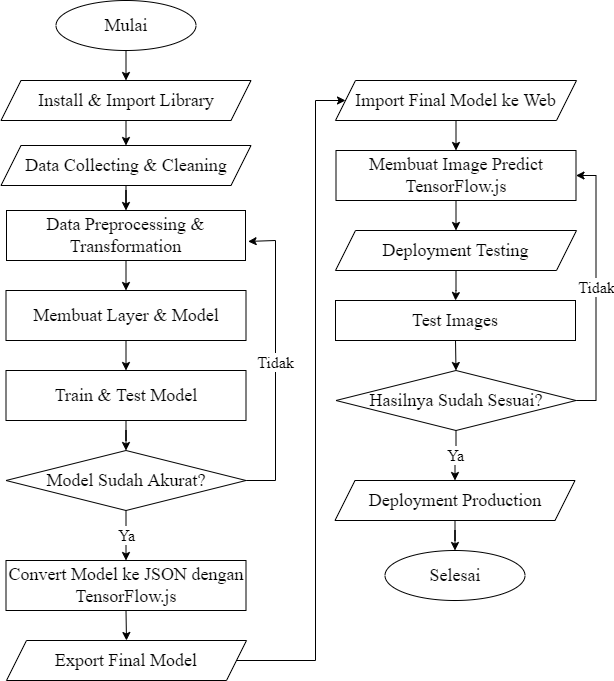
virgiawankusuma/drawio-archive-skripsi keeps this draw.io diagram as CNN flowchart revisi 3 Diagram.drawio.png. Above is the earlier version. Source tidied: cells renumbered, new cells last; positions are measured from the earlier drawing's top-left corner, leaving out a move shared by most shapes.
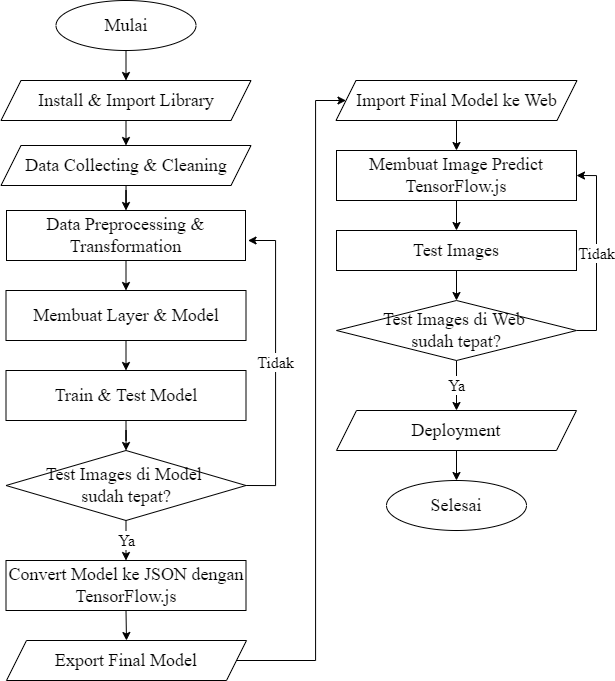
Later version of the same file.

The edit, as a diff of the source:
```diff
@@ -9,7 +9,7 @@
       <mxGeometry x="54.5" width="140" height="50" as="geometry" />
     </mxCell>
     <mxCell id="4" value="Selesai" style="ellipse;whiteSpace=wrap;html=1;fontSize=18;fontFamily=Times New Roman;" parent="1" vertex="1">
-      <mxGeometry x="383.5" y="550" width="140" height="50" as="geometry" />
+      <mxGeometry x="385" y="480" width="140" height="50" as="geometry" />
     </mxCell>
     <mxCell id="5" style="edgeStyle=orthogonalEdgeStyle;rounded=0;jettySize=auto;html=1;exitX=0.5;exitY=1;exitDx=0;exitDy=0;entryX=0.5;entryY=0;entryDx=0;entryDy=0;" parent="1" edge="1" source="6" target="8">
       <mxGeometry relative="1" as="geometry" />
@@ -55,41 +55,40 @@
     <mxCell id="17" value="Tidak" style="edgeStyle=orthogonalEdgeStyle;rounded=0;jettySize=auto;html=1;exitX=1;exitY=0.5;exitDx=0;exitDy=0;fontSize=16;fontFamily=Times New Roman;entryX=1.011;entryY=0.619;entryDx=0;entryDy=0;entryPerimeter=0;" parent="1" edge="1" source="19" target="10">
       <mxGeometry relative="1" as="geometry">
         <Array as="points">
-          <mxPoint x="274" y="480" />
+          <mxPoint x="274" y="485" />
           <mxPoint x="274" y="240" />
-          <mxPoint x="247" y="240" />
         </Array>
       </mxGeometry>
     </mxCell>
     <mxCell id="18" value="Ya" style="edgeStyle=orthogonalEdgeStyle;rounded=0;jettySize=auto;html=1;exitX=0.5;exitY=1;exitDx=0;exitDy=0;entryX=0.5;entryY=0;entryDx=0;entryDy=0;fontSize=16;fontFamily=Times New Roman;" parent="1" edge="1" source="19" target="14">
       <mxGeometry relative="1" as="geometry" />
     </mxCell>
-    <mxCell id="19" value="Model Sudah Akurat?" style="rhombus;whiteSpace=wrap;html=1;fontSize=18;fontFamily=Times New Roman;" parent="1" vertex="1">
-      <mxGeometry x="4.5" y="450" width="240" height="60" as="geometry" />
+    <mxCell id="19" value="Test Images di Model &lt;br&gt;sudah tepat?" style="rhombus;whiteSpace=wrap;html=1;fontSize=18;fontFamily=Times New Roman;" parent="1" vertex="1">
+      <mxGeometry x="4.5" y="450" width="240" height="70" as="geometry" />
     </mxCell>
     <mxCell id="20" style="edgeStyle=orthogonalEdgeStyle;rounded=0;jettySize=auto;html=1;exitX=0.5;exitY=1;exitDx=0;exitDy=0;entryX=0.5;entryY=0;entryDx=0;entryDy=0;" parent="1" edge="1" source="21" target="23">
       <mxGeometry relative="1" as="geometry" />
     </mxCell>
     <mxCell id="21" value="Import Final Model ke Web" style="shape=parallelogram;perimeter=parallelogramPerimeter;whiteSpace=wrap;html=1;fixedSize=1;fontSize=18;fontFamily=Times New Roman;" parent="1" vertex="1">
-      <mxGeometry x="334" y="80" width="241" height="40" as="geometry" />
+      <mxGeometry x="334.5" y="80" width="241" height="40" as="geometry" />
     </mxCell>
-    <mxCell id="22" style="edgeStyle=orthogonalEdgeStyle;rounded=0;jettySize=auto;html=1;exitX=0.5;exitY=1;exitDx=0;exitDy=0;entryX=0.5;entryY=0;entryDx=0;entryDy=0;fontFamily=Times New Roman;fontSize=16;" parent="1" edge="1" source="23" target="34">
-      <mxGeometry relative="1" as="geometry" />
-    </mxCell>
+    <mxCell id="35" style="edgeStyle=orthogonalEdgeStyle;rounded=0;jettySize=auto;html=1;exitX=0.5;exitY=1;exitDx=0;exitDy=0;entryX=0.5;entryY=0;entryDx=0;entryDy=0;fontFamily=Times New Roman;fontSize=16;" parent="1" edge="1" source="23" target="27">
+      <mxGeometry relative="1" as="geometry" />
+    </mxCell>
     <mxCell id="23" value="Membuat Image Predict TensorFlow.js" style="rounded=0;whiteSpace=wrap;html=1;fontSize=18;fontFamily=Times New Roman;" parent="1" vertex="1">
-      <mxGeometry x="334.5" y="150" width="240" height="50" as="geometry" />
+      <mxGeometry x="335" y="150" width="240" height="50" as="geometry" />
     </mxCell>
     <mxCell id="24" style="edgeStyle=orthogonalEdgeStyle;rounded=0;jettySize=auto;html=1;exitX=0.5;exitY=1;exitDx=0;exitDy=0;" parent="1" edge="1" source="25" target="4">
       <mxGeometry relative="1" as="geometry" />
     </mxCell>
-    <mxCell id="25" value="Deployment Production" style="shape=parallelogram;perimeter=parallelogramPerimeter;whiteSpace=wrap;html=1;fixedSize=1;fontSize=18;fontFamily=Times New Roman;" parent="1" vertex="1">
-      <mxGeometry x="333.5" y="480" width="240" height="40" as="geometry" />
+    <mxCell id="25" value="Deployment" style="shape=parallelogram;perimeter=parallelogramPerimeter;whiteSpace=wrap;html=1;fixedSize=1;fontSize=18;fontFamily=Times New Roman;" parent="1" vertex="1">
+      <mxGeometry x="335" y="410" width="240" height="40" as="geometry" />
     </mxCell>
     <mxCell id="26" style="edgeStyle=orthogonalEdgeStyle;rounded=0;jettySize=auto;html=1;exitX=0.5;exitY=1;exitDx=0;exitDy=0;entryX=0.5;entryY=0;entryDx=0;entryDy=0;" parent="1" edge="1" source="27" target="30">
       <mxGeometry relative="1" as="geometry" />
     </mxCell>
     <mxCell id="27" value="Test Images" style="rounded=0;whiteSpace=wrap;html=1;fontSize=18;fontFamily=Times New Roman;" parent="1" vertex="1">
-      <mxGeometry x="334" y="300" width="240" height="40" as="geometry" />
+      <mxGeometry x="335" y="230" width="240" height="40" as="geometry" />
     </mxCell>
     <mxCell id="28" value="Ya" style="edgeStyle=orthogonalEdgeStyle;rounded=0;jettySize=auto;html=1;exitX=0.5;exitY=1;exitDx=0;exitDy=0;fontSize=16;fontFamily=Times New Roman;" parent="1" edge="1" source="30" target="25">
       <mxGeometry relative="1" as="geometry" />
@@ -97,8 +96,8 @@
     <mxCell id="29" value="Tidak" style="edgeStyle=orthogonalEdgeStyle;rounded=0;jettySize=auto;html=1;exitX=1;exitY=0.5;exitDx=0;exitDy=0;entryX=1;entryY=0.5;entryDx=0;entryDy=0;fontSize=16;fontFamily=Times New Roman;" parent="1" edge="1" source="30" target="23">
       <mxGeometry relative="1" as="geometry" />
     </mxCell>
-    <mxCell id="30" value="Hasilnya Sudah Sesuai?" style="rhombus;whiteSpace=wrap;html=1;fontSize=18;fontFamily=Times New Roman;" parent="1" vertex="1">
-      <mxGeometry x="334.5" y="370" width="240" height="60" as="geometry" />
+    <mxCell id="30" value="Test Images di Web &lt;br&gt;sudah tepat?" style="rhombus;whiteSpace=wrap;html=1;fontSize=18;fontFamily=Times New Roman;" parent="1" vertex="1">
+      <mxGeometry x="335" y="300" width="240" height="60" as="geometry" />
     </mxCell>
     <mxCell id="31" style="edgeStyle=orthogonalEdgeStyle;rounded=0;jettySize=auto;html=1;exitX=0.5;exitY=1;exitDx=0;exitDy=0;entryX=0.5;entryY=0;entryDx=0;entryDy=0;" parent="1" edge="1" source="32" target="12">
       <mxGeometry relative="1" as="geometry" />
@@ -106,11 +105,5 @@
     <mxCell id="32" value="Membuat Layer &amp;amp; Model" style="rounded=0;whiteSpace=wrap;html=1;fontSize=18;fontFamily=Times New Roman;" parent="1" vertex="1">
       <mxGeometry x="4.5" y="290" width="240" height="50" as="geometry" />
     </mxCell>
-    <mxCell id="33" style="edgeStyle=orthogonalEdgeStyle;rounded=0;jettySize=auto;html=1;exitX=0.5;exitY=1;exitDx=0;exitDy=0;fontFamily=Times New Roman;fontSize=16;" parent="1" edge="1" source="34" target="27">
-      <mxGeometry relative="1" as="geometry" />
-    </mxCell>
-    <mxCell id="34" value="Deployment Testing" style="shape=parallelogram;perimeter=parallelogramPerimeter;whiteSpace=wrap;html=1;fixedSize=1;fontSize=18;fontFamily=Times New Roman;" parent="1" vertex="1">
-      <mxGeometry x="334" y="230" width="241" height="40" as="geometry" />
-    </mxCell>
   </root>
 </mxGraphModel>
```
